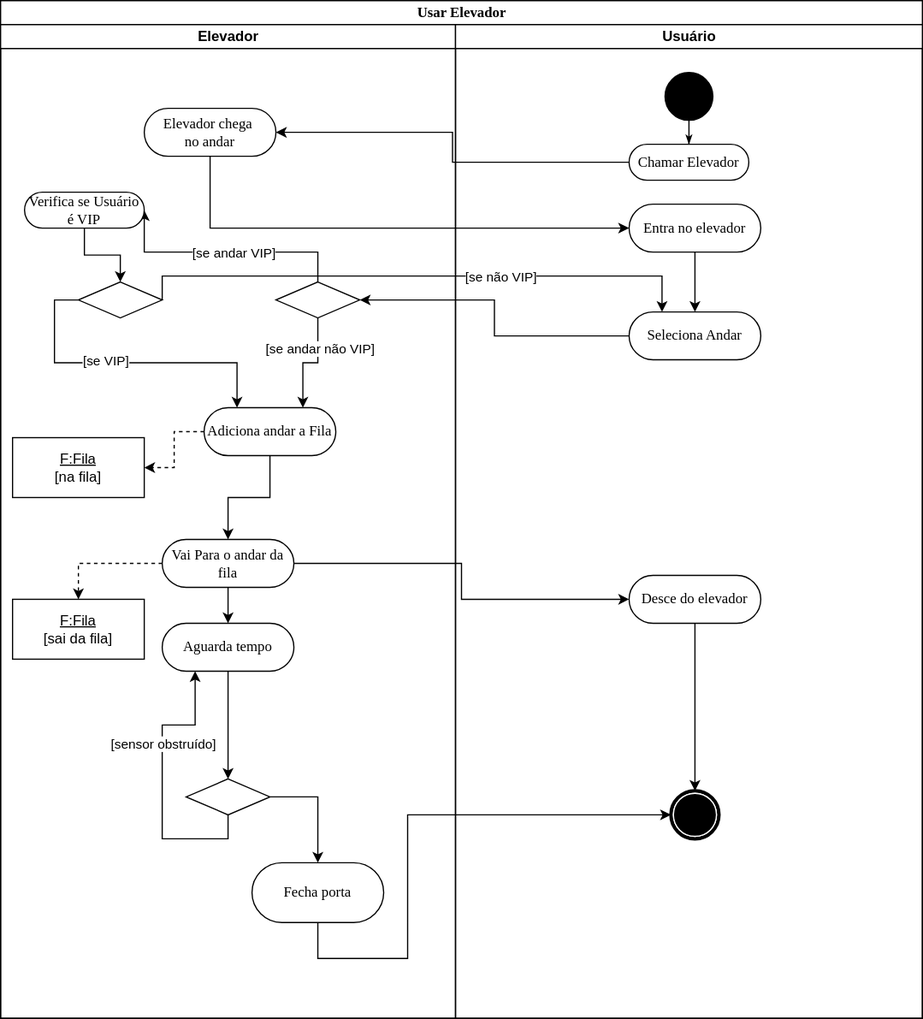
Before: Diagrama-Atividades/Usar_Elevador.svg, a diagram exported from draw.io (wholocked1/Projeto-2-modelagem). Source tidied: cells renumbered, new cells last; positions are measured from the earlier drawing's top-left corner, leaving out a move shared by most shapes.
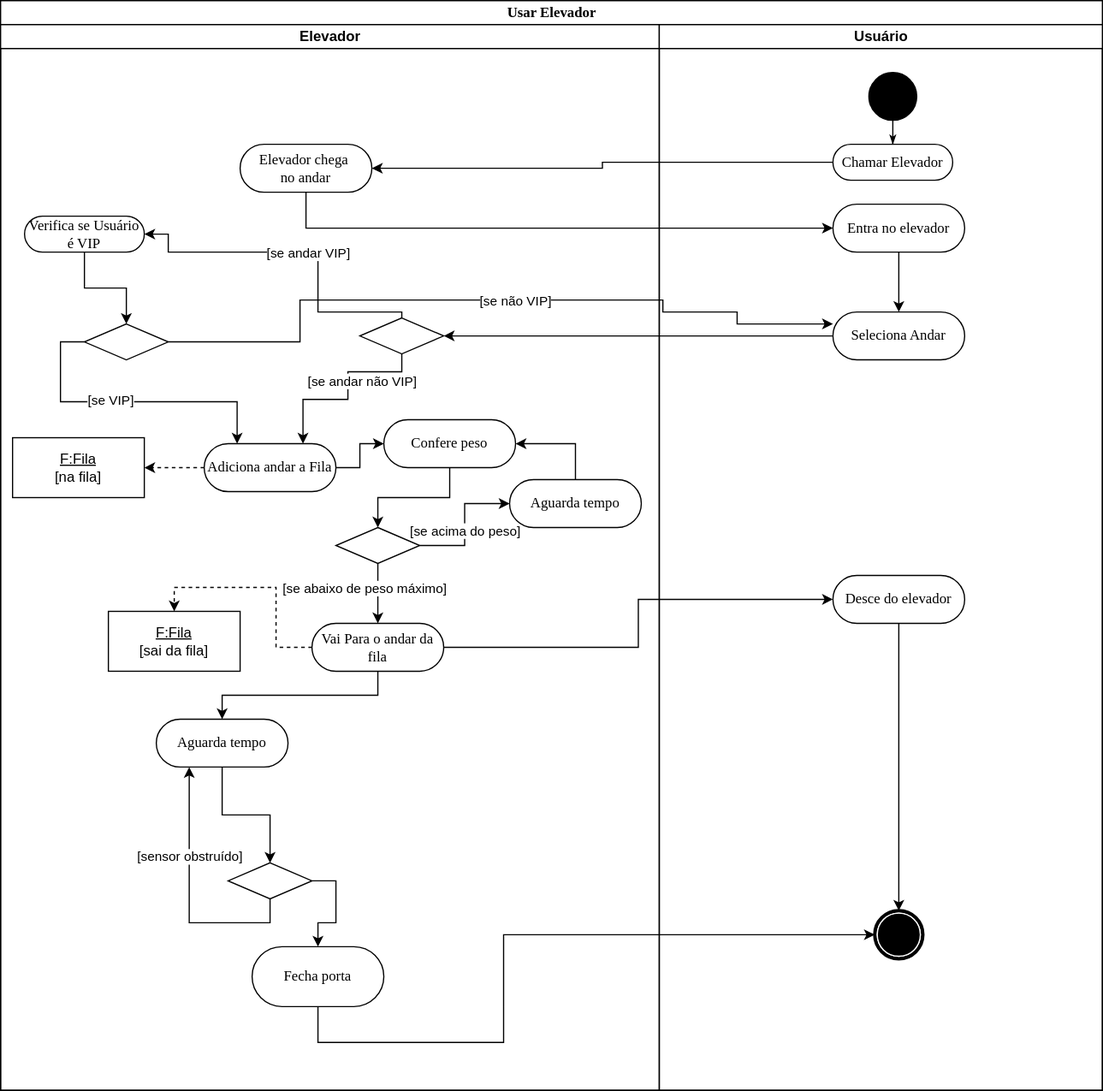
Later version of the same file.

Diff of the diagram source:
```diff
@@ -3,25 +3,50 @@
     <mxCell id="0" />
     <mxCell id="1" parent="0" />
     <mxCell id="2" value="Usar Elevador" style="swimlane;html=1;startSize=20;rounded=0;shadow=0;comic=0;labelBackgroundColor=none;strokeWidth=1;fontFamily=Verdana;fontSize=12;align=center;" parent="1" vertex="1">
-      <mxGeometry width="770" height="850" as="geometry" />
+      <mxGeometry width="920" height="910" as="geometry" />
     </mxCell>
     <mxCell id="3" style="edgeStyle=orthogonalEdgeStyle;rounded=0;jettySize=auto;html=1;exitX=0.5;exitY=1;exitDx=0;exitDy=0;entryX=0;entryY=0.5;entryDx=0;entryDy=0;" parent="2" edge="1" source="17" target="35">
       <mxGeometry relative="1" as="geometry">
         <Array as="points">
-          <mxPoint x="265" y="800" />
-          <mxPoint x="340" y="800" />
-          <mxPoint x="340" y="680" />
+          <mxPoint x="265" y="870" />
+          <mxPoint x="420" y="870" />
+          <mxPoint x="420" y="780" />
         </Array>
       </mxGeometry>
     </mxCell>
     <mxCell id="4" style="edgeStyle=orthogonalEdgeStyle;rounded=0;jettySize=auto;html=1;exitX=1;exitY=0.5;exitDx=0;exitDy=0;entryX=0;entryY=0.5;entryDx=0;entryDy=0;" parent="2" edge="1" source="9" target="40">
       <mxGeometry relative="1" as="geometry" />
     </mxCell>
+    <mxCell id="42" style="edgeStyle=orthogonalEdgeStyle;rounded=0;jettySize=auto;html=1;exitX=0;exitY=0.5;exitDx=0;exitDy=0;entryX=1;entryY=0.5;entryDx=0;entryDy=0;" parent="2" edge="1" source="36" target="6">
+      <mxGeometry relative="1" as="geometry" />
+    </mxCell>
+    <mxCell id="43" style="edgeStyle=orthogonalEdgeStyle;rounded=0;jettySize=auto;html=1;exitX=0.5;exitY=1;exitDx=0;exitDy=0;entryX=0;entryY=0.5;entryDx=0;entryDy=0;" parent="2" edge="1" source="6" target="38">
+      <mxGeometry relative="1" as="geometry" />
+    </mxCell>
+    <mxCell id="44" style="edgeStyle=orthogonalEdgeStyle;rounded=0;jettySize=auto;html=1;exitX=0;exitY=0.5;exitDx=0;exitDy=0;entryX=1;entryY=0.5;entryDx=0;entryDy=0;" parent="2" edge="1" source="41" target="21">
+      <mxGeometry relative="1" as="geometry" />
+    </mxCell>
+    <mxCell id="45" style="edgeStyle=orthogonalEdgeStyle;rounded=0;jettySize=auto;html=1;exitX=1;exitY=0.5;exitDx=0;exitDy=0;entryX=0;entryY=0.25;entryDx=0;entryDy=0;" parent="2" edge="1" source="26" target="41">
+      <mxGeometry relative="1" as="geometry">
+        <Array as="points">
+          <mxPoint x="250" y="285" />
+          <mxPoint x="250" y="250" />
+          <mxPoint x="553" y="250" />
+          <mxPoint x="553" y="260" />
+          <mxPoint x="615" y="260" />
+        </Array>
+      </mxGeometry>
+    </mxCell>
+    <mxCell id="46" value="[se não VIP]" style="edgeLabel;html=1;align=center;verticalAlign=middle;" parent="45" vertex="1">
+      <mxGeometry x="0.29" relative="1" as="geometry">
+        <mxPoint x="-70" as="offset" />
+      </mxGeometry>
+    </mxCell>
     <mxCell id="5" value="Elevador" style="swimlane;html=1;startSize=20;" parent="2" vertex="1">
-      <mxGeometry y="20" width="380" height="830" as="geometry" />
+      <mxGeometry y="20" width="550" height="890" as="geometry" />
     </mxCell>
     <mxCell id="6" value="Elevador chega&amp;nbsp;&lt;div&gt;no andar&lt;/div&gt;" style="rounded=1;whiteSpace=wrap;html=1;shadow=0;comic=0;labelBackgroundColor=none;strokeWidth=1;fontFamily=Verdana;fontSize=12;align=center;arcSize=50;" parent="5" vertex="1">
-      <mxGeometry x="120" y="70" width="110" height="40" as="geometry" />
+      <mxGeometry x="200" y="100" width="110" height="40" as="geometry" />
     </mxCell>
     <mxCell id="7" style="edgeStyle=orthogonalEdgeStyle;rounded=0;jettySize=auto;html=1;exitX=0;exitY=0.5;exitDx=0;exitDy=0;entryX=0.5;entryY=0;entryDx=0;entryDy=0;dashed=1;" parent="5" edge="1" source="9" target="10">
       <mxGeometry relative="1" as="geometry" />
@@ -30,10 +55,10 @@
       <mxGeometry relative="1" as="geometry" />
     </mxCell>
     <mxCell id="9" value="Vai Para o andar da fila" style="rounded=1;whiteSpace=wrap;html=1;shadow=0;comic=0;labelBackgroundColor=none;strokeWidth=1;fontFamily=Verdana;fontSize=12;align=center;arcSize=50;" parent="5" vertex="1">
-      <mxGeometry x="135" y="430" width="110" height="40" as="geometry" />
+      <mxGeometry x="260" y="500" width="110" height="40" as="geometry" />
     </mxCell>
     <mxCell id="10" value="&lt;u&gt;F:Fila&lt;/u&gt;&lt;div&gt;&lt;u&gt;[&lt;/u&gt;sai da fila&lt;u&gt;]&lt;/u&gt;&lt;/div&gt;" style="whiteSpace=wrap;html=1;" parent="5" vertex="1">
-      <mxGeometry x="10" y="480" width="110" height="50" as="geometry" />
+      <mxGeometry x="90" y="490" width="110" height="50" as="geometry" />
     </mxCell>
     <mxCell id="11" style="edgeStyle=orthogonalEdgeStyle;rounded=0;jettySize=auto;html=1;exitX=0.5;exitY=1;exitDx=0;exitDy=0;entryX=0.25;entryY=1;entryDx=0;entryDy=0;" parent="5" edge="1" source="14" target="16">
       <mxGeometry relative="1" as="geometry" />
@@ -47,22 +72,25 @@
       <mxGeometry relative="1" as="geometry" />
     </mxCell>
     <mxCell id="14" style="rhombus;whiteSpace=wrap;html=1;" parent="5" vertex="1">
-      <mxGeometry x="155" y="630" width="70" height="30" as="geometry" />
+      <mxGeometry x="190" y="700" width="70" height="30" as="geometry" />
     </mxCell>
     <mxCell id="15" style="edgeStyle=orthogonalEdgeStyle;rounded=0;jettySize=auto;html=1;exitX=0.5;exitY=1;exitDx=0;exitDy=0;entryX=0.5;entryY=0;entryDx=0;entryDy=0;" parent="5" edge="1" source="16" target="14">
       <mxGeometry relative="1" as="geometry" />
     </mxCell>
     <mxCell id="16" value="Aguarda tempo" style="rounded=1;whiteSpace=wrap;html=1;shadow=0;comic=0;labelBackgroundColor=none;strokeWidth=1;fontFamily=Verdana;fontSize=12;align=center;arcSize=50;" parent="5" vertex="1">
-      <mxGeometry x="135" y="500" width="110" height="40" as="geometry" />
+      <mxGeometry x="130" y="580" width="110" height="40" as="geometry" />
     </mxCell>
     <mxCell id="17" value="Fecha porta" style="rounded=1;whiteSpace=wrap;html=1;shadow=0;comic=0;labelBackgroundColor=none;strokeWidth=1;fontFamily=Verdana;fontSize=12;align=center;arcSize=50;" parent="5" vertex="1">
-      <mxGeometry x="210" y="700" width="110" height="50" as="geometry" />
+      <mxGeometry x="210" y="770" width="110" height="50" as="geometry" />
     </mxCell>
     <mxCell id="18" style="edgeStyle=orthogonalEdgeStyle;rounded=0;jettySize=auto;html=1;exitX=0.5;exitY=0;exitDx=0;exitDy=0;entryX=1;entryY=0.5;entryDx=0;entryDy=0;" parent="5" edge="1" source="21" target="23">
       <mxGeometry relative="1" as="geometry">
         <Array as="points">
+          <mxPoint x="335" y="240" />
+          <mxPoint x="265" y="240" />
           <mxPoint x="265" y="190" />
-          <mxPoint x="120" y="190" />
+          <mxPoint x="140" y="190" />
+          <mxPoint x="140" y="175" />
         </Array>
       </mxGeometry>
     </mxCell>
@@ -70,16 +98,23 @@
       <mxGeometry x="-0.06" relative="1" as="geometry" />
     </mxCell>
     <mxCell id="20" style="edgeStyle=orthogonalEdgeStyle;rounded=0;jettySize=auto;html=1;exitX=0.5;exitY=1;exitDx=0;exitDy=0;entryX=0.75;entryY=0;entryDx=0;entryDy=0;" parent="5" edge="1" source="21" target="29">
-      <mxGeometry relative="1" as="geometry" />
+      <mxGeometry relative="1" as="geometry">
+        <Array as="points">
+          <mxPoint x="335" y="290" />
+          <mxPoint x="290" y="290" />
+          <mxPoint x="290" y="313" />
+          <mxPoint x="253" y="313" />
+        </Array>
+      </mxGeometry>
     </mxCell>
     <mxCell id="21" style="rhombus;whiteSpace=wrap;html=1;" parent="5" vertex="1">
-      <mxGeometry x="230" y="215" width="70" height="30" as="geometry" />
+      <mxGeometry x="300" y="245" width="70" height="30" as="geometry" />
     </mxCell>
     <mxCell id="22" style="edgeStyle=orthogonalEdgeStyle;rounded=0;jettySize=auto;html=1;exitX=0.5;exitY=1;exitDx=0;exitDy=0;entryX=0.5;entryY=0;entryDx=0;entryDy=0;" parent="5" edge="1" source="23" target="26">
       <mxGeometry relative="1" as="geometry" />
     </mxCell>
     <mxCell id="23" value="Verifica se Usuário é VIP" style="rounded=1;whiteSpace=wrap;html=1;shadow=0;comic=0;labelBackgroundColor=none;strokeWidth=1;fontFamily=Verdana;fontSize=12;align=center;arcSize=50;" parent="5" vertex="1">
-      <mxGeometry x="20" y="140" width="100" height="30" as="geometry" />
+      <mxGeometry x="20" y="160" width="100" height="30" as="geometry" />
     </mxCell>
     <mxCell id="24" style="edgeStyle=orthogonalEdgeStyle;rounded=0;jettySize=auto;html=1;exitX=0;exitY=0.5;exitDx=0;exitDy=0;entryX=0.25;entryY=0;entryDx=0;entryDy=0;" parent="5" edge="1" source="26" target="29">
       <mxGeometry relative="1" as="geometry" />
@@ -88,25 +123,58 @@
       <mxGeometry x="-0.12" y="2" relative="1" as="geometry" />
     </mxCell>
     <mxCell id="26" style="rhombus;whiteSpace=wrap;html=1;" parent="5" vertex="1">
-      <mxGeometry x="65" y="215" width="70" height="30" as="geometry" />
+      <mxGeometry x="70" y="250" width="70" height="30" as="geometry" />
     </mxCell>
     <mxCell id="27" style="edgeStyle=orthogonalEdgeStyle;rounded=0;jettySize=auto;html=1;exitX=0;exitY=0.5;exitDx=0;exitDy=0;entryX=1;entryY=0.5;entryDx=0;entryDy=0;dashed=1;" parent="5" edge="1" source="29" target="31">
       <mxGeometry relative="1" as="geometry" />
     </mxCell>
-    <mxCell id="28" style="edgeStyle=orthogonalEdgeStyle;rounded=0;jettySize=auto;html=1;exitX=0.5;exitY=1;exitDx=0;exitDy=0;entryX=0.5;entryY=0;entryDx=0;entryDy=0;" parent="5" edge="1" source="29" target="9">
-      <mxGeometry relative="1" as="geometry" />
-    </mxCell>
+    <mxCell id="47" style="edgeStyle=orthogonalEdgeStyle;rounded=0;jettySize=auto;html=1;exitX=1;exitY=0.5;exitDx=0;exitDy=0;entryX=0;entryY=0.5;entryDx=0;entryDy=0;" parent="5" edge="1" source="29" target="52">
+      <mxGeometry relative="1" as="geometry" />
+    </mxCell>
     <mxCell id="29" value="Adiciona andar a Fila" style="rounded=1;whiteSpace=wrap;html=1;shadow=0;comic=0;labelBackgroundColor=none;strokeWidth=1;fontFamily=Verdana;fontSize=12;align=center;arcSize=50;" parent="5" vertex="1">
-      <mxGeometry x="170" y="320" width="110" height="40" as="geometry" />
+      <mxGeometry x="170" y="350" width="110" height="40" as="geometry" />
     </mxCell>
     <mxCell id="30" value="[se andar não VIP]" style="edgeLabel;html=1;align=center;verticalAlign=middle;" parent="5" vertex="1">
-      <mxGeometry x="266" y="270" as="geometry" />
+      <mxGeometry x="335" y="300" as="geometry">
+        <mxPoint x="-34" y="-3" as="offset" />
+      </mxGeometry>
     </mxCell>
     <mxCell id="31" value="&lt;u&gt;F:Fila&lt;/u&gt;&lt;div&gt;&lt;u&gt;[&lt;/u&gt;na&amp;nbsp;fila&lt;u&gt;]&lt;/u&gt;&lt;/div&gt;" style="whiteSpace=wrap;html=1;" parent="5" vertex="1">
       <mxGeometry x="10" y="345" width="110" height="50" as="geometry" />
     </mxCell>
+    <mxCell id="48" style="edgeStyle=orthogonalEdgeStyle;rounded=0;jettySize=auto;html=1;exitX=0.5;exitY=1;exitDx=0;exitDy=0;entryX=0.5;entryY=0;entryDx=0;entryDy=0;" parent="5" edge="1" source="50" target="9">
+      <mxGeometry relative="1" as="geometry" />
+    </mxCell>
+    <mxCell id="49" value="[se abaixo de peso máximo]" style="edgeLabel;html=1;align=center;verticalAlign=middle;" parent="48" vertex="1">
+      <mxGeometry x="-0.08" y="-1" relative="1" as="geometry">
+        <mxPoint x="-11" y="-3" as="offset" />
+      </mxGeometry>
+    </mxCell>
+    <mxCell id="50" style="rhombus;whiteSpace=wrap;html=1;" parent="5" vertex="1">
+      <mxGeometry x="280" y="420" width="70" height="30" as="geometry" />
+    </mxCell>
+    <mxCell id="51" style="edgeStyle=orthogonalEdgeStyle;rounded=0;jettySize=auto;html=1;exitX=0.5;exitY=1;exitDx=0;exitDy=0;entryX=0.5;entryY=0;entryDx=0;entryDy=0;" parent="5" edge="1" source="52" target="50">
+      <mxGeometry relative="1" as="geometry" />
+    </mxCell>
+    <mxCell id="52" value="Confere peso" style="rounded=1;whiteSpace=wrap;html=1;shadow=0;comic=0;labelBackgroundColor=none;strokeWidth=1;fontFamily=Verdana;fontSize=12;align=center;arcSize=50;" parent="5" vertex="1">
+      <mxGeometry x="320" y="330" width="110" height="40" as="geometry" />
+    </mxCell>
+    <mxCell id="53" style="edgeStyle=orthogonalEdgeStyle;rounded=0;jettySize=auto;html=1;exitX=1;exitY=0.5;exitDx=0;exitDy=0;" parent="5" edge="1" source="50" target="56">
+      <mxGeometry relative="1" as="geometry" />
+    </mxCell>
+    <mxCell id="54" value="[se acima do peso]" style="edgeLabel;html=1;align=center;verticalAlign=middle;" parent="53" vertex="1">
+      <mxGeometry x="-0.08" y="1" relative="1" as="geometry">
+        <mxPoint x="1" as="offset" />
+      </mxGeometry>
+    </mxCell>
+    <mxCell id="55" style="edgeStyle=orthogonalEdgeStyle;rounded=0;jettySize=auto;html=1;exitX=0.5;exitY=0;exitDx=0;exitDy=0;entryX=1;entryY=0.5;entryDx=0;entryDy=0;" parent="5" edge="1" source="56" target="52">
+      <mxGeometry relative="1" as="geometry" />
+    </mxCell>
+    <mxCell id="56" value="Aguarda tempo" style="rounded=1;whiteSpace=wrap;html=1;shadow=0;comic=0;labelBackgroundColor=none;strokeWidth=1;fontFamily=Verdana;fontSize=12;align=center;arcSize=50;" parent="5" vertex="1">
+      <mxGeometry x="425" y="380" width="110" height="40" as="geometry" />
+    </mxCell>
     <mxCell id="32" value="Usuário" style="swimlane;html=1;startSize=20;" parent="2" vertex="1">
-      <mxGeometry x="380" y="20" width="390" height="830" as="geometry" />
+      <mxGeometry x="550" y="20" width="370" height="890" as="geometry" />
     </mxCell>
     <mxCell id="33" style="edgeStyle=orthogonalEdgeStyle;rounded=0;html=1;labelBackgroundColor=none;startArrow=none;startFill=0;startSize=5;endArrow=classicThin;endFill=1;endSize=5;jettySize=auto;strokeWidth=1;fontFamily=Verdana;fontSize=12;entryX=0.5;entryY=0;entryDx=0;entryDy=0;" parent="32" edge="1" source="34" target="36">
       <mxGeometry relative="1" as="geometry" />
@@ -115,7 +183,7 @@
       <mxGeometry x="175" y="40" width="40" height="40" as="geometry" />
     </mxCell>
     <mxCell id="35" style="shape=mxgraph.bpmn.shape;html=1;verticalLabelPosition=bottom;labelBackgroundColor=#ffffff;verticalAlign=top;perimeter=ellipsePerimeter;outline=end;symbol=terminate;rounded=0;shadow=0;comic=0;strokeWidth=1;fontFamily=Verdana;fontSize=12;align=center;" parent="32" vertex="1">
-      <mxGeometry x="180" y="640" width="40" height="40" as="geometry" />
+      <mxGeometry x="180" y="740" width="40" height="40" as="geometry" />
     </mxCell>
     <mxCell id="36" value="Chamar Elevador" style="rounded=1;whiteSpace=wrap;html=1;shadow=0;comic=0;labelBackgroundColor=none;strokeWidth=1;fontFamily=Verdana;fontSize=12;align=center;arcSize=50;" parent="32" vertex="1">
       <mxGeometry x="145" y="100" width="100" height="30" as="geometry" />
@@ -135,25 +203,5 @@
     <mxCell id="41" value="Seleciona Andar" style="rounded=1;whiteSpace=wrap;html=1;shadow=0;comic=0;labelBackgroundColor=none;strokeWidth=1;fontFamily=Verdana;fontSize=12;align=center;arcSize=50;" parent="32" vertex="1">
       <mxGeometry x="145" y="240" width="110" height="40" as="geometry" />
     </mxCell>
-    <mxCell id="42" style="edgeStyle=orthogonalEdgeStyle;rounded=0;jettySize=auto;html=1;exitX=0;exitY=0.5;exitDx=0;exitDy=0;entryX=1;entryY=0.5;entryDx=0;entryDy=0;" parent="2" edge="1" source="36" target="6">
-      <mxGeometry relative="1" as="geometry" />
-    </mxCell>
-    <mxCell id="43" style="edgeStyle=orthogonalEdgeStyle;rounded=0;jettySize=auto;html=1;exitX=0.5;exitY=1;exitDx=0;exitDy=0;entryX=0;entryY=0.5;entryDx=0;entryDy=0;" parent="2" edge="1" source="6" target="38">
-      <mxGeometry relative="1" as="geometry" />
-    </mxCell>
-    <mxCell id="44" style="edgeStyle=orthogonalEdgeStyle;rounded=0;jettySize=auto;html=1;exitX=0;exitY=0.5;exitDx=0;exitDy=0;entryX=1;entryY=0.5;entryDx=0;entryDy=0;" parent="2" edge="1" source="41" target="21">
-      <mxGeometry relative="1" as="geometry" />
-    </mxCell>
-    <mxCell id="45" style="edgeStyle=orthogonalEdgeStyle;rounded=0;jettySize=auto;html=1;exitX=1;exitY=0.5;exitDx=0;exitDy=0;entryX=0.25;entryY=0;entryDx=0;entryDy=0;" parent="2" edge="1" source="26" target="41">
-      <mxGeometry relative="1" as="geometry">
-        <Array as="points">
-          <mxPoint x="135" y="230" />
-          <mxPoint x="553" y="230" />
-        </Array>
-      </mxGeometry>
-    </mxCell>
-    <mxCell id="46" value="[se não VIP]" style="edgeLabel;html=1;align=center;verticalAlign=middle;" parent="45" vertex="1">
-      <mxGeometry x="0.29" relative="1" as="geometry" />
-    </mxCell>
   </root>
 </mxGraphModel>
```
